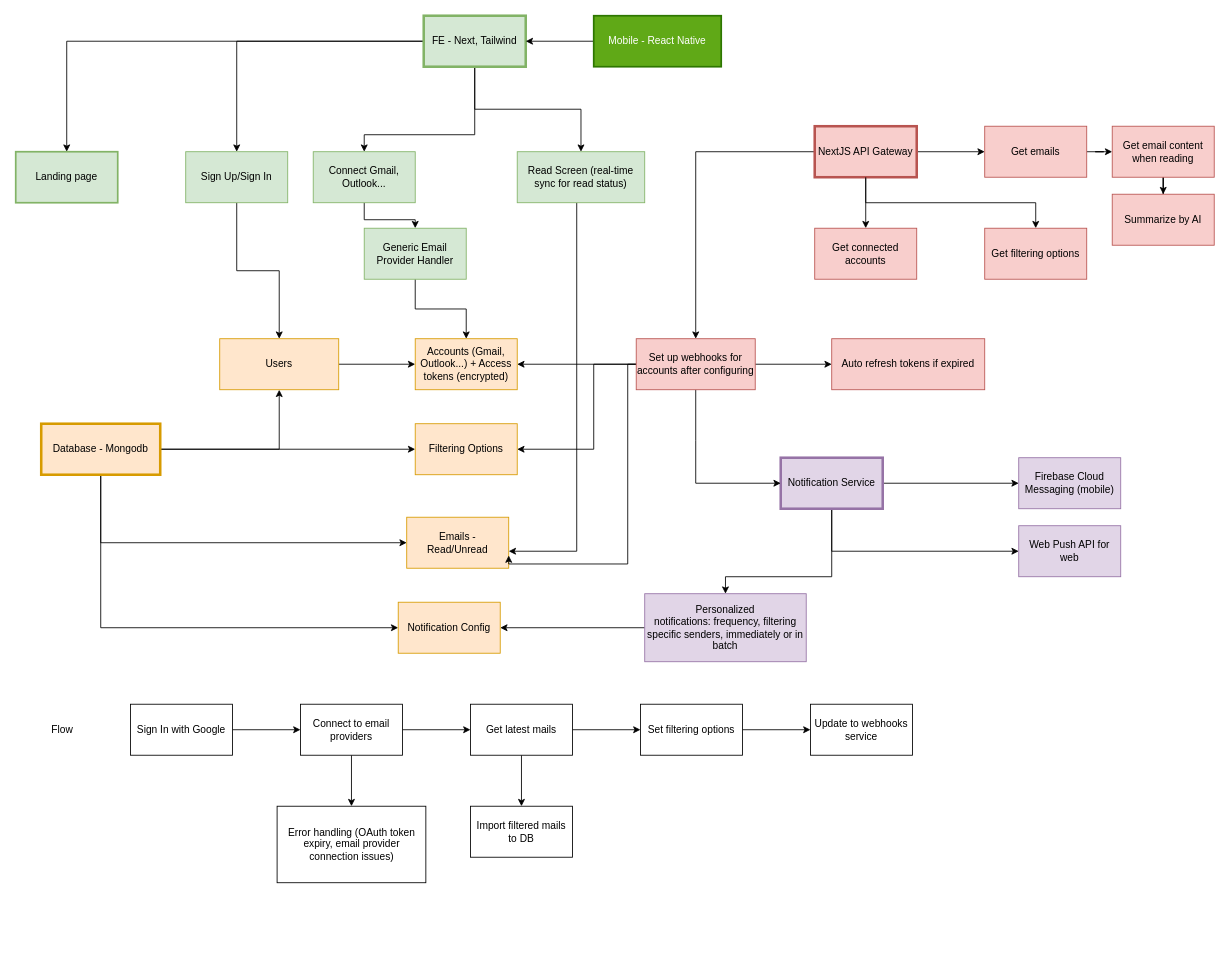
hoangv97/draw-io keeps this draw.io diagram as newsletter-app.drawio. Above is the earlier version. Source tidied: cells renumbered, new cells numbered last; positions are measured from the earlier drawing's top-left corner, leaving out a move shared by most shapes. Both pictures are drawn from the tidied source at 85%, with x=0, y=0 at pixel (15, 15).
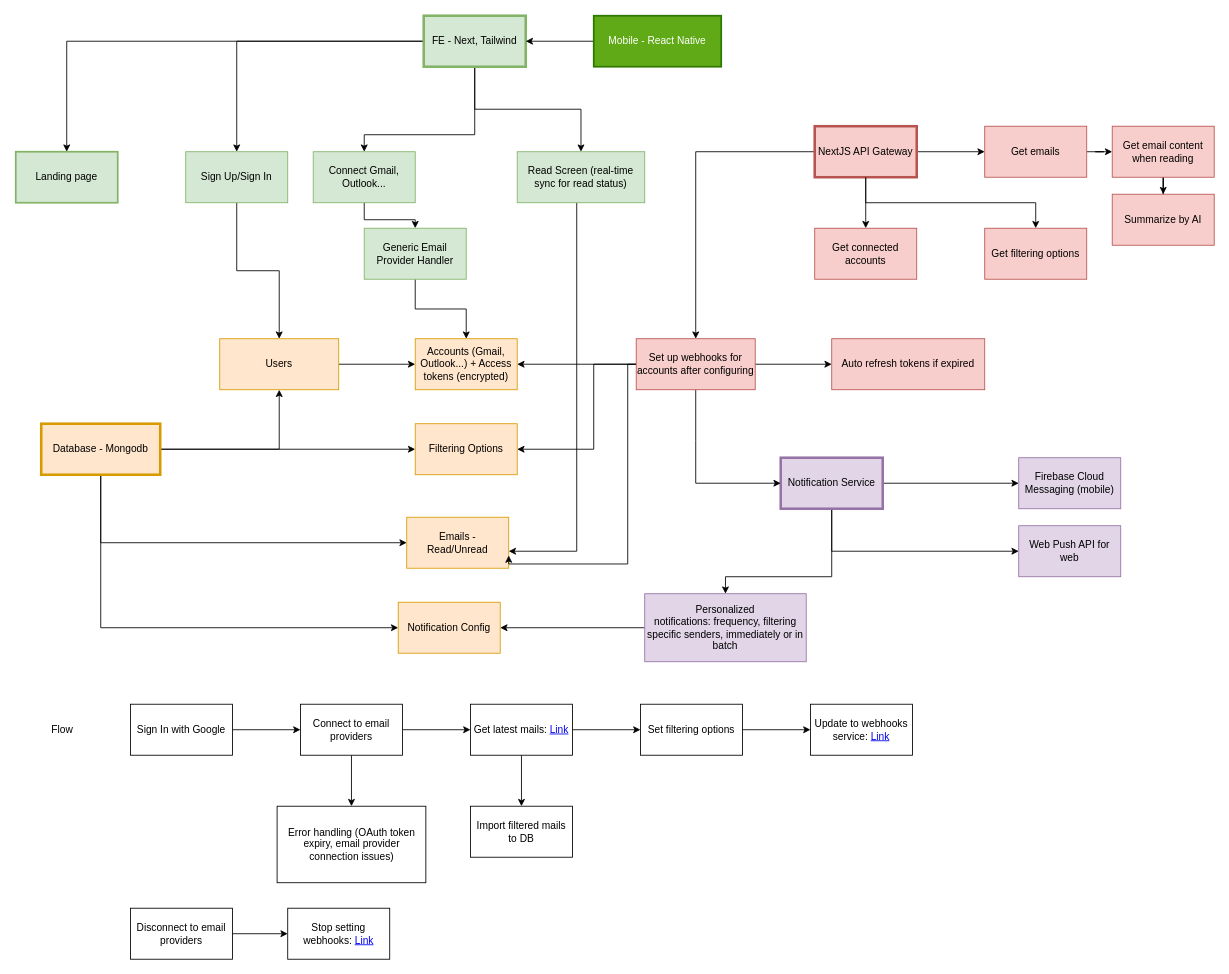
The same diagram, later.

Commit message:
Cập nhật newsletter-app.drawio

Change to the diagram source:
```diff
@@
-    <mxCell id="52" value="Get latest mails" style="whiteSpace=wrap;html=1;rounded=0;" parent="1" vertex="1">
+    <mxCell id="52" value="Get latest mails: &lt;a href=&quot;https://developers.google.com/gmail/api/reference/rest/v1/users.messages/list&quot;&gt;Link&lt;/a&gt;" style="whiteSpace=wrap;html=1;rounded=0;" parent="1" vertex="1">
       <mxGeometry x="535" y="810" width="120" height="60" as="geometry" />
     </mxCell>
@@
-    <mxCell id="56" value="Update to webhooks service" style="whiteSpace=wrap;html=1;rounded=0;" parent="1" vertex="1">
+    <mxCell id="56" value="Update to webhooks service: &lt;a href=&quot;https://developers.google.com/gmail/api/reference/rest/v1/users/watch&quot;&gt;Link&lt;/a&gt;" style="whiteSpace=wrap;html=1;rounded=0;" parent="1" vertex="1">
       <mxGeometry x="935" y="810" width="120" height="60" as="geometry" />
     </mxCell>
@@
+    <mxCell id="70" style="edgeStyle=orthogonalEdgeStyle;rounded=0;jettySize=auto;html=1;" parent="1" edge="1" source="71" target="72">
+      <mxGeometry relative="1" as="geometry" />
+    </mxCell>
+    <mxCell id="71" value="Disconnect to email providers" style="rounded=0;whiteSpace=wrap;html=1;" parent="1" vertex="1">
+      <mxGeometry x="135" y="1050" width="120" height="60" as="geometry" />
+    </mxCell>
+    <mxCell id="72" value="Stop setting webhooks: &lt;a href=&quot;https://developers.google.com/gmail/api/reference/rest/v1/users/stop&quot;&gt;Link&lt;/a&gt;" style="whiteSpace=wrap;html=1;rounded=0;" parent="1" vertex="1">
+      <mxGeometry x="320" y="1050" width="120" height="60" as="geometry" />
+    </mxCell>
```
